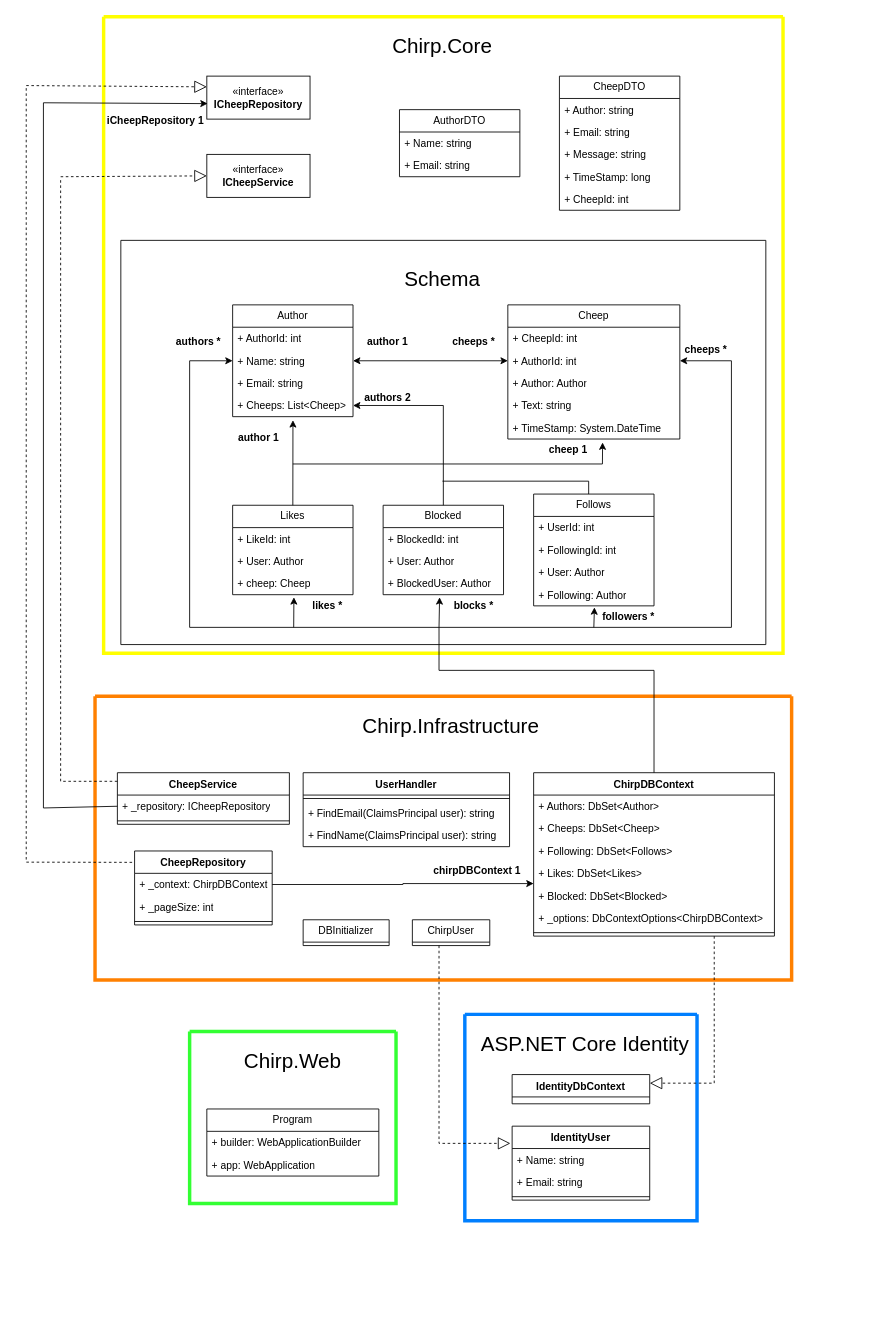
Above: docs/diagrams/Domain model.drawio.xml in ITU-BDSA2024-GROUP4/Chirp (draw.io), before the change. Source tidied: cells renumbered, new cells numbered last; positions are measured from the earlier drawing's top-left corner, leaving out a move shared by most shapes. Both pictures are drawn from the tidied source at 86%, with x=0, y=0 at pixel (26, 16).
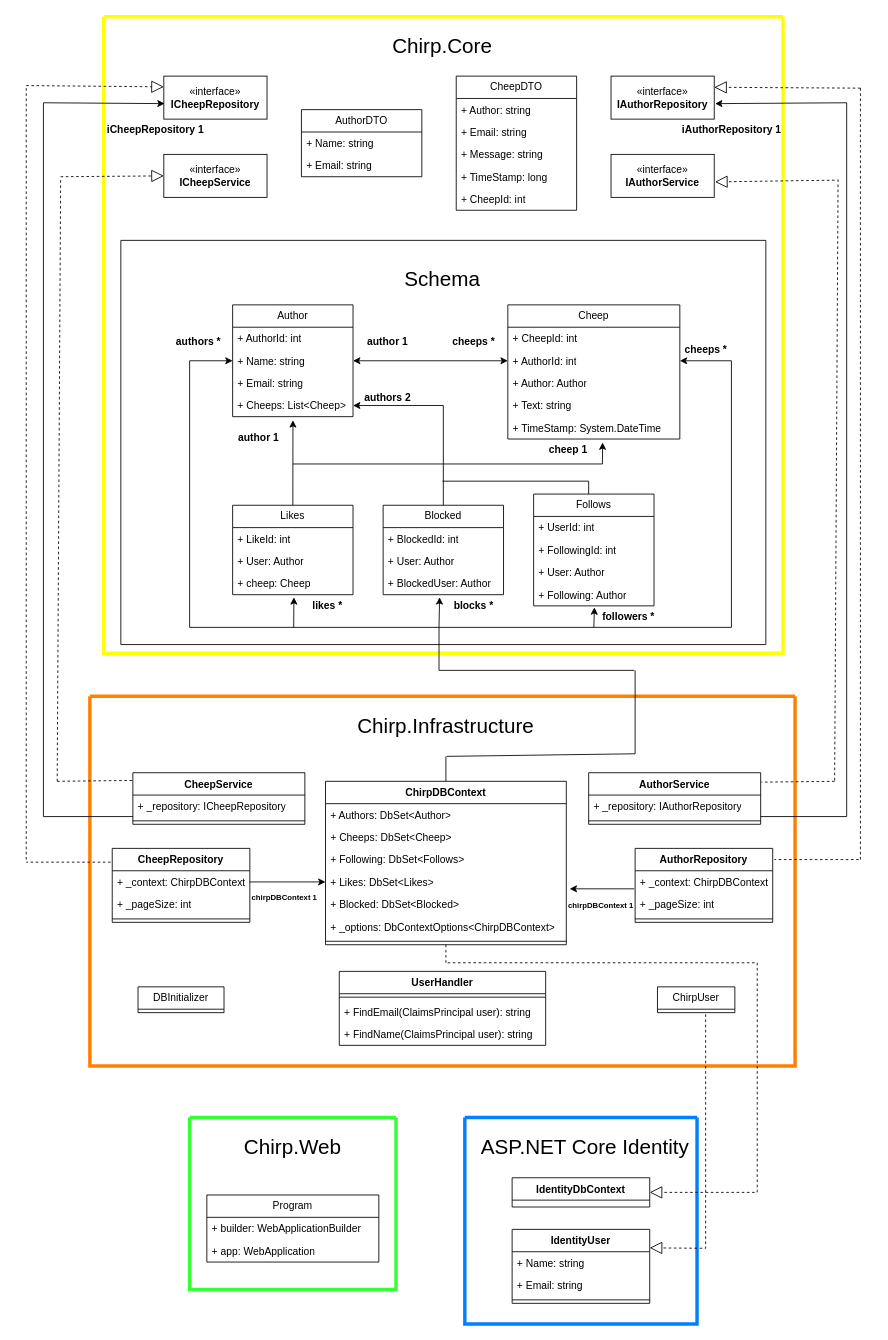
After the change.

Commit message (it also covers changes not shown here):
Made small fix to domain model

The change refers to these unchanged cells:
```xml
<mxCell id="3" style="swimlane;startSize=0;strokeColor=#FFFF00;strokeWidth=4;" parent="1" vertex="1">
  <mxGeometry x="90" width="790" height="740" as="geometry" />
</mxCell>
<mxCell id="65" value="+ _context: ChirpDBContext" style="text;strokeColor=none;fillColor=none;align=left;verticalAlign=top;spacingLeft=4;spacingRight=4;overflow=hidden;points=[[0,0.5],[1,0.5]];portConstraint=eastwest;whiteSpace=wrap;html=1;" parent="64" vertex="1">
  <mxGeometry y="26" width="160" height="26" as="geometry" />
</mxCell>
<mxCell id="72" value="+ Likes: DbSet&amp;lt;Likes&amp;gt;" style="text;strokeColor=none;fillColor=none;align=left;verticalAlign=top;spacingLeft=4;spacingRight=4;overflow=hidden;points=[[0,0.5],[1,0.5]];portConstraint=eastwest;whiteSpace=wrap;html=1;" parent="68" vertex="1">
  <mxGeometry y="104" width="280" height="26" as="geometry" />
</mxCell>
<mxCell id="73" value="+ Blocked: DbSet&amp;lt;Blocked&amp;gt;" style="text;strokeColor=none;fillColor=none;align=left;verticalAlign=top;spacingLeft=4;spacingRight=4;overflow=hidden;points=[[0,0.5],[1,0.5]];portConstraint=eastwest;whiteSpace=wrap;html=1;" parent="68" vertex="1">
  <mxGeometry y="130" width="280" height="26" as="geometry" />
</mxCell>
<mxCell id="83" value="+ _repository: ICheepRepository" style="text;strokeColor=none;fillColor=none;align=left;verticalAlign=top;spacingLeft=4;spacingRight=4;overflow=hidden;points=[[0,0.5],[1,0.5]];portConstraint=eastwest;whiteSpace=wrap;html=1;" parent="82" vertex="1">
  <mxGeometry y="26" width="200" height="26" as="geometry" />
</mxCell>
<mxCell id="95" value="IdentityDbContext" style="swimlane;fontStyle=1;align=center;verticalAlign=top;horizontal=1;startSize=26;whiteSpace=wrap;html=1;" parent="93" vertex="1">
  <mxGeometry x="55" y="70" width="160" height="34" as="geometry" />
</mxCell>
<mxCell id="96" value="IdentityUser" style="swimlane;fontStyle=1;align=center;verticalAlign=top;horizontal=1;startSize=26;whiteSpace=wrap;html=1;" parent="93" vertex="1">
  <mxGeometry x="55" y="130" width="160" height="86" as="geometry" />
</mxCell>
```

Diff of the diagram source:
```diff
@@
     <mxCell id="40" value="«interface»&lt;br&gt;&lt;b&gt;ICheepRepository&lt;/b&gt;" style="html=1;whiteSpace=wrap;" parent="3" vertex="1">
-      <mxGeometry x="120" y="69" width="120" height="50" as="geometry" />
+      <mxGeometry x="70" y="69" width="120" height="50" as="geometry" />
     </mxCell>
     <mxCell id="41" value="«interface»&lt;br&gt;&lt;b&gt;ICheepService&lt;/b&gt;" style="html=1;whiteSpace=wrap;" parent="3" vertex="1">
-      <mxGeometry x="120" y="160" width="120" height="50" as="geometry" />
+      <mxGeometry x="70" y="160" width="120" height="50" as="geometry" />
     </mxCell>
     <mxCell id="42" value="CheepDTO" style="swimlane;fontStyle=0;horizontal=1;startSize=26;fillColor=none;whiteSpace=wrap;html=1;" parent="3" vertex="1">
-      <mxGeometry x="530" y="69" width="140" height="156" as="geometry" />
+      <mxGeometry x="410" y="69" width="140" height="156" as="geometry" />
     </mxCell>
@@
     <mxCell id="48" value="AuthorDTO" style="swimlane;fontStyle=0;horizontal=1;startSize=26;fillColor=none;whiteSpace=wrap;html=1;" parent="3" vertex="1">
-      <mxGeometry x="344" y="108" width="140" height="78" as="geometry" />
+      <mxGeometry x="230" y="108" width="140" height="78" as="geometry" />
     </mxCell>
@@
     <mxCell id="61" value="iCheepRepository 1" style="text;align=center;fontStyle=1;verticalAlign=middle;spacingLeft=3;spacingRight=3;strokeColor=none;html=1;" parent="3" vertex="1">
-      <mxGeometry x="20" y="108" width="80" height="26" as="geometry" />
+      <mxGeometry x="20" y="119" width="80" height="26" as="geometry" />
     </mxCell>
+    <mxCell id="116" value="«interface»&lt;br&gt;&lt;b&gt;IAuthorRepository&lt;/b&gt;" style="html=1;whiteSpace=wrap;" parent="3" vertex="1">
+      <mxGeometry x="590" y="69" width="120" height="50" as="geometry" />
+    </mxCell>
+    <mxCell id="117" value="«interface»&lt;br&gt;&lt;b&gt;IAuthorService&lt;/b&gt;" style="html=1;whiteSpace=wrap;" parent="3" vertex="1">
+      <mxGeometry x="590" y="160" width="120" height="50" as="geometry" />
+    </mxCell>
+    <mxCell id="118" value="iAuthorRepository 1" style="text;align=center;fontStyle=1;verticalAlign=middle;spacingLeft=3;spacingRight=3;strokeColor=none;html=1;" parent="3" vertex="1">
+      <mxGeometry x="690" y="119" width="80" height="26" as="geometry" />
+    </mxCell>
     <mxCell id="62" style="swimlane;startSize=0;strokeWidth=4;strokeColor=#FF8000;" parent="1" vertex="1">
-      <mxGeometry x="80" y="790" width="810" height="330" as="geometry" />
+      <mxGeometry x="74" y="790" width="820" height="430" as="geometry" />
     </mxCell>
@@
     <mxCell id="64" value="CheepRepository" style="swimlane;fontStyle=1;align=center;verticalAlign=top;horizontal=1;startSize=26;whiteSpace=wrap;html=1;" parent="62" vertex="1">
-      <mxGeometry x="46" y="180" width="160" height="86" as="geometry" />
+      <mxGeometry x="26" y="177" width="160" height="86" as="geometry" />
     </mxCell>
@@
     <mxCell id="68" value="ChirpDBContext" style="swimlane;fontStyle=1;align=center;verticalAlign=top;horizontal=1;startSize=26;whiteSpace=wrap;html=1;" parent="62" vertex="1">
-      <mxGeometry x="510" y="89" width="280" height="190" as="geometry" />
+      <mxGeometry x="274" y="99" width="280" height="190" as="geometry" />
     </mxCell>
@@
     <mxCell id="76" value="UserHandler" style="swimlane;fontStyle=1;align=center;verticalAlign=top;horizontal=1;startSize=26;whiteSpace=wrap;html=1;" parent="62" vertex="1">
-      <mxGeometry x="242" y="89" width="240" height="86" as="geometry" />
+      <mxGeometry x="290" y="320" width="240" height="86" as="geometry" />
     </mxCell>
@@
     <mxCell id="80" value="DBInitializer" style="swimlane;fontStyle=0;horizontal=1;startSize=26;fillColor=none;whiteSpace=wrap;html=1;" parent="62" vertex="1" collapsed="1">
-      <mxGeometry x="242" y="260" width="100" height="30" as="geometry" />
+      <mxGeometry x="56" y="338" width="100" height="30" as="geometry" />
     </mxCell>
     <mxCell id="81" value="ChirpUser" style="swimlane;fontStyle=0;horizontal=1;startSize=26;fillColor=none;whiteSpace=wrap;html=1;" parent="62" vertex="1" collapsed="1">
-      <mxGeometry x="369" y="260" width="90" height="30" as="geometry" />
+      <mxGeometry x="660" y="338" width="90" height="30" as="geometry" />
     </mxCell>
     <mxCell id="82" value="CheepService" style="swimlane;fontStyle=1;align=center;verticalAlign=top;horizontal=1;startSize=26;whiteSpace=wrap;html=1;" parent="62" vertex="1">
-      <mxGeometry x="26" y="89" width="200" height="60" as="geometry" />
+      <mxGeometry x="50" y="89" width="200" height="60" as="geometry" />
     </mxCell>
@@
-    <mxCell id="85" style="edgeStyle=orthogonalEdgeStyle;rounded=0;jettySize=auto;html=1;exitX=1;exitY=0.5;exitDx=0;exitDy=0;entryX=0;entryY=-0.041;entryDx=0;entryDy=0;entryPerimeter=0;" parent="62" edge="1" source="65" target="73">
+    <mxCell id="85" style="edgeStyle=orthogonalEdgeStyle;rounded=0;jettySize=auto;html=1;exitX=1;exitY=0.5;exitDx=0;exitDy=0;entryX=0;entryY=0.5;entryDx=0;entryDy=0;" parent="62" edge="1" source="65" target="72">
       <mxGeometry relative="1" as="geometry" />
     </mxCell>
-    <mxCell id="86" value="chirpDBContext 1" style="text;align=center;fontStyle=1;verticalAlign=middle;spacingLeft=3;spacingRight=3;strokeColor=none;html=1;" parent="62" vertex="1">
-      <mxGeometry x="404" y="190" width="80" height="26" as="geometry" />
+    <mxCell id="86" value="&lt;font style=&quot;font-size: 9px;&quot;&gt;chirpDBContext 1&lt;/font&gt;" style="text;align=center;fontStyle=1;verticalAlign=middle;spacingLeft=3;spacingRight=3;strokeColor=none;html=1;" parent="62" vertex="1">
+      <mxGeometry x="186" y="220" width="80" height="26" as="geometry" />
     </mxCell>
-    <mxCell id="87" style="endArrow=none;dashed=1;html=1;rounded=0;exitX=0;exitY=0.5;exitDx=0;exitDy=0;" parent="62" edge="1">
+    <mxCell id="87" style="endArrow=none;dashed=1;html=1;rounded=0;exitX=-0.005;exitY=0.15;exitDx=0;exitDy=0;exitPerimeter=0;" parent="62" edge="1" source="82">
       <mxGeometry relative="1" as="geometry">
-        <mxPoint x="26" y="99" as="sourcePoint" />
         <mxPoint x="-40" y="99" as="targetPoint" />
       </mxGeometry>
     </mxCell>
+    <mxCell id="119" value="AuthorService" style="swimlane;fontStyle=1;align=center;verticalAlign=top;horizontal=1;startSize=26;whiteSpace=wrap;html=1;" parent="62" vertex="1">
+      <mxGeometry x="580" y="89" width="200" height="60" as="geometry" />
+    </mxCell>
+    <mxCell id="120" value="+ _repository: IAuthorRepository" style="text;strokeColor=none;fillColor=none;align=left;verticalAlign=top;spacingLeft=4;spacingRight=4;overflow=hidden;whiteSpace=wrap;html=1;" parent="119" vertex="1">
+      <mxGeometry y="26" width="200" height="26" as="geometry" />
+    </mxCell>
+    <mxCell id="121" style="line;strokeWidth=1;fillColor=none;align=left;verticalAlign=middle;spacingTop=-1;spacingLeft=3;spacingRight=3;labelPosition=right;strokeColor=inherit;" parent="119" vertex="1">
+      <mxGeometry y="52" width="200" height="8" as="geometry" />
+    </mxCell>
+    <mxCell id="109" style="endArrow=none;html=1;rounded=0;exitX=0.5;exitY=0;exitDx=0;exitDy=0;" parent="62" edge="1" source="68">
+      <mxGeometry relative="1" as="geometry">
+        <mxPoint x="414" y="70" as="targetPoint" />
+      </mxGeometry>
+    </mxCell>
+    <mxCell id="122" style="endArrow=none;html=1;rounded=0;" parent="62" edge="1">
+      <mxGeometry relative="1" as="geometry">
+        <mxPoint x="415" y="70" as="sourcePoint" />
+        <mxPoint x="634" y="67" as="targetPoint" />
+      </mxGeometry>
+    </mxCell>
+    <mxCell id="123" value="AuthorRepository" style="swimlane;fontStyle=1;align=center;verticalAlign=top;horizontal=1;startSize=26;whiteSpace=wrap;html=1;" parent="62" vertex="1">
+      <mxGeometry x="634" y="177" width="160" height="86" as="geometry" />
+    </mxCell>
+    <mxCell id="124" value="+ _context: ChirpDBContext" style="text;strokeColor=none;fillColor=none;align=left;verticalAlign=top;spacingLeft=4;spacingRight=4;overflow=hidden;points=[[0,0.5],[1,0.5]];portConstraint=eastwest;whiteSpace=wrap;html=1;" parent="123" vertex="1">
+      <mxGeometry y="26" width="160" height="26" as="geometry" />
+    </mxCell>
+    <mxCell id="125" value="+ _pageSize: int" style="text;strokeColor=none;fillColor=none;align=left;verticalAlign=top;spacingLeft=4;spacingRight=4;overflow=hidden;whiteSpace=wrap;html=1;" parent="123" vertex="1">
+      <mxGeometry y="52" width="160" height="26" as="geometry" />
+    </mxCell>
+    <mxCell id="126" style="line;strokeWidth=1;fillColor=none;align=left;verticalAlign=middle;spacingTop=-1;spacingLeft=3;spacingRight=3;labelPosition=right;strokeColor=inherit;" parent="123" vertex="1">
+      <mxGeometry y="78" width="160" height="8" as="geometry" />
+    </mxCell>
+    <mxCell id="127" style="endArrow=classic;html=1;rounded=0;exitX=-0.006;exitY=0.808;exitDx=0;exitDy=0;exitPerimeter=0;entryX=1.014;entryY=0.808;entryDx=0;entryDy=0;entryPerimeter=0;" parent="62" edge="1" source="124" target="72">
+      <mxGeometry relative="1" as="geometry" />
+    </mxCell>
+    <mxCell id="128" value="&lt;font style=&quot;font-size: 9px;&quot;&gt;chirpDBContext 1&lt;/font&gt;" style="text;align=center;fontStyle=1;verticalAlign=middle;spacingLeft=3;spacingRight=3;strokeColor=none;html=1;" parent="62" vertex="1">
+      <mxGeometry x="554" y="230" width="80" height="26" as="geometry" />
+    </mxCell>
+    <mxCell id="129" style="endArrow=none;html=1;rounded=0;" parent="62" edge="1">
+      <mxGeometry relative="1" as="geometry">
+        <mxPoint x="634" y="67" as="sourcePoint" />
+        <mxPoint x="634" y="-30" as="targetPoint" />
+      </mxGeometry>
+    </mxCell>
     <mxCell id="88" style="swimlane;startSize=0;strokeColor=#33FF33;strokeWidth=4;" parent="1" vertex="1">
-      <mxGeometry x="190" y="1180" width="240" height="200" as="geometry" />
+      <mxGeometry x="190" y="1280" width="240" height="200" as="geometry" />
     </mxCell>
@@
     <mxCell id="93" style="swimlane;startSize=0;strokeColor=#007FFF;strokeWidth=4;" parent="1" vertex="1">
-      <mxGeometry x="510" y="1160" width="270" height="240" as="geometry" />
+      <mxGeometry x="510" y="1280" width="270" height="240" as="geometry" />
     </mxCell>
@@
     <mxCell id="101" style="endArrow=none;dashed=1;html=1;rounded=0;" parent="1" edge="1">
       <mxGeometry relative="1" as="geometry">
         <mxPoint x="40" y="190" as="sourcePoint" />
-        <mxPoint x="40" y="890" as="targetPoint" />
+        <mxPoint x="36" y="890" as="targetPoint" />
       </mxGeometry>
     </mxCell>
-    <mxCell id="102" style="endArrow=none;dashed=1;html=1;rounded=0;exitX=-0.018;exitY=0.154;exitDx=0;exitDy=0;exitPerimeter=0;" parent="1" edge="1" source="64">
+    <mxCell id="102" style="endArrow=none;dashed=1;html=1;rounded=0;exitX=-0.012;exitY=0.186;exitDx=0;exitDy=0;exitPerimeter=0;" parent="1" edge="1" source="64">
       <mxGeometry relative="1" as="geometry">
         <mxPoint y="983" as="targetPoint" />
       </mxGeometry>
     </mxCell>
@@
-    <mxCell id="105" style="endArrow=none;html=1;rounded=0;exitX=0;exitY=0.5;exitDx=0;exitDy=0;" parent="1" edge="1" source="83">
+    <mxCell id="105" style="endArrow=none;html=1;rounded=0;exitX=0;exitY=0.5;exitDx=0;exitDy=0;" parent="1" edge="1">
       <mxGeometry relative="1" as="geometry">
-        <mxPoint x="20" y="920" as="targetPoint" />
+        <mxPoint x="124" y="930" as="sourcePoint" />
+        <mxPoint x="20" y="930" as="targetPoint" />
       </mxGeometry>
     </mxCell>
     <mxCell id="106" style="endArrow=none;html=1;rounded=0;" parent="1" edge="1">
       <mxGeometry relative="1" as="geometry">
         <mxPoint x="20" y="100" as="sourcePoint" />
-        <mxPoint x="20" y="920" as="targetPoint" />
+        <mxPoint x="20" y="930" as="targetPoint" />
       </mxGeometry>
     </mxCell>
@@
-    <mxCell id="108" style="endArrow=block;dashed=1;endFill=0;endSize=12;html=1;rounded=0;exitX=0.75;exitY=1;exitDx=0;exitDy=0;entryX=1;entryY=0.294;entryDx=0;entryDy=0;entryPerimeter=0;" parent="1" edge="1" source="68" target="95">
-      <mxGeometry relative="1" as="geometry">
-        <Array as="points">
-          <mxPoint x="800" y="1240" />
-        </Array>
-      </mxGeometry>
-    </mxCell>
-    <mxCell id="109" style="endArrow=none;html=1;rounded=0;exitX=0.5;exitY=0;exitDx=0;exitDy=0;" parent="1" edge="1" source="68">
-      <mxGeometry relative="1" as="geometry">
-        <mxPoint x="730" y="760" as="targetPoint" />
-      </mxGeometry>
-    </mxCell>
     <mxCell id="110" style="endArrow=none;html=1;rounded=0;" parent="1" edge="1">
       <mxGeometry relative="1" as="geometry">
-        <mxPoint x="730" y="760" as="sourcePoint" />
+        <mxPoint x="707" y="760" as="sourcePoint" />
         <mxPoint x="480" y="760" as="targetPoint" />
       </mxGeometry>
     </mxCell>
@@
-    <mxCell id="115" style="endArrow=block;dashed=1;endFill=0;endSize=12;html=1;rounded=0;" parent="1" edge="1">
-      <mxGeometry relative="1" as="geometry">
-        <mxPoint x="480" y="1080" as="sourcePoint" />
-        <mxPoint x="563" y="1310" as="targetPoint" />
-        <Array as="points">
-          <mxPoint x="480" y="1310" />
-        </Array>
-      </mxGeometry>
-    </mxCell>
+    <mxCell id="130" style="endArrow=block;dashed=1;endFill=0;endSize=12;html=1;rounded=0;entryX=1;entryY=0.25;entryDx=0;entryDy=0;" parent="1" edge="1" target="96">
+      <mxGeometry relative="1" as="geometry">
+        <mxPoint x="790" y="1160" as="sourcePoint" />
+        <Array as="points">
+          <mxPoint x="790" y="1432" />
+        </Array>
+      </mxGeometry>
+    </mxCell>
+    <mxCell id="131" style="endArrow=none;dashed=1;html=1;rounded=0;exitX=0.5;exitY=1;exitDx=0;exitDy=0;" parent="1" edge="1" source="68">
+      <mxGeometry relative="1" as="geometry">
+        <mxPoint x="488" y="1100" as="targetPoint" />
+      </mxGeometry>
+    </mxCell>
+    <mxCell id="132" style="endArrow=none;dashed=1;html=1;rounded=0;" parent="1" edge="1">
+      <mxGeometry relative="1" as="geometry">
+        <mxPoint x="490" y="1100" as="sourcePoint" />
+        <mxPoint x="850" y="1100" as="targetPoint" />
+      </mxGeometry>
+    </mxCell>
+    <mxCell id="133" style="endArrow=block;dashed=1;endFill=0;endSize=12;html=1;rounded=0;entryX=1;entryY=0.5;entryDx=0;entryDy=0;" parent="1" edge="1" target="95">
+      <mxGeometry relative="1" as="geometry">
+        <mxPoint x="850" y="1100" as="sourcePoint" />
+        <Array as="points">
+          <mxPoint x="850" y="1367" />
+        </Array>
+      </mxGeometry>
+    </mxCell>
+    <mxCell id="134" style="endArrow=none;html=1;rounded=0;exitX=0;exitY=0.5;exitDx=0;exitDy=0;" parent="1" edge="1">
+      <mxGeometry relative="1" as="geometry">
+        <mxPoint x="954" y="930" as="sourcePoint" />
+        <mxPoint x="854" y="930" as="targetPoint" />
+      </mxGeometry>
+    </mxCell>
+    <mxCell id="135" style="endArrow=none;html=1;rounded=0;" parent="1" edge="1">
+      <mxGeometry relative="1" as="geometry">
+        <mxPoint x="954" y="100" as="sourcePoint" />
+        <mxPoint x="954" y="930" as="targetPoint" />
+      </mxGeometry>
+    </mxCell>
+    <mxCell id="136" style="endArrow=classic;html=1;rounded=0;entryX=1.008;entryY=0.64;entryDx=0;entryDy=0;entryPerimeter=0;" parent="1" edge="1" target="116">
+      <mxGeometry relative="1" as="geometry">
+        <mxPoint x="954" y="100" as="sourcePoint" />
+      </mxGeometry>
+    </mxCell>
+    <mxCell id="137" style="endArrow=none;dashed=1;html=1;rounded=0;exitX=-0.005;exitY=0.15;exitDx=0;exitDy=0;exitPerimeter=0;" parent="1" edge="1">
+      <mxGeometry relative="1" as="geometry">
+        <mxPoint x="940" y="889" as="sourcePoint" />
+        <mxPoint x="855" y="890" as="targetPoint" />
+      </mxGeometry>
+    </mxCell>
+    <mxCell id="138" style="endArrow=none;dashed=1;html=1;rounded=0;" parent="1" edge="1">
+      <mxGeometry relative="1" as="geometry">
+        <mxPoint x="944" y="189" as="sourcePoint" />
+        <mxPoint x="940" y="889" as="targetPoint" />
+      </mxGeometry>
+    </mxCell>
+    <mxCell id="139" style="endArrow=block;dashed=1;endFill=0;endSize=12;html=1;rounded=0;entryX=1.008;entryY=0.64;entryDx=0;entryDy=0;entryPerimeter=0;" parent="1" edge="1" target="117">
+      <mxGeometry relative="1" as="geometry">
+        <mxPoint x="940" y="190" as="sourcePoint" />
+      </mxGeometry>
+    </mxCell>
+    <mxCell id="140" style="endArrow=none;dashed=1;html=1;rounded=0;exitX=-0.012;exitY=0.186;exitDx=0;exitDy=0;exitPerimeter=0;" parent="1" edge="1">
+      <mxGeometry relative="1" as="geometry">
+        <mxPoint x="968" y="980" as="sourcePoint" />
+        <mxPoint x="870" y="980" as="targetPoint" />
+      </mxGeometry>
+    </mxCell>
+    <mxCell id="141" style="endArrow=none;dashed=1;html=1;rounded=0;" parent="1" edge="1">
+      <mxGeometry relative="1" as="geometry">
+        <mxPoint x="970" y="980" as="sourcePoint" />
+        <mxPoint x="970" y="80" as="targetPoint" />
+      </mxGeometry>
+    </mxCell>
+    <mxCell id="142" style="endArrow=block;dashed=1;endFill=0;endSize=12;html=1;rounded=0;" parent="1" edge="1">
+      <mxGeometry relative="1" as="geometry">
+        <mxPoint x="970" y="83" as="sourcePoint" />
+        <mxPoint x="800" y="82" as="targetPoint" />
+      </mxGeometry>
+    </mxCell>
```
